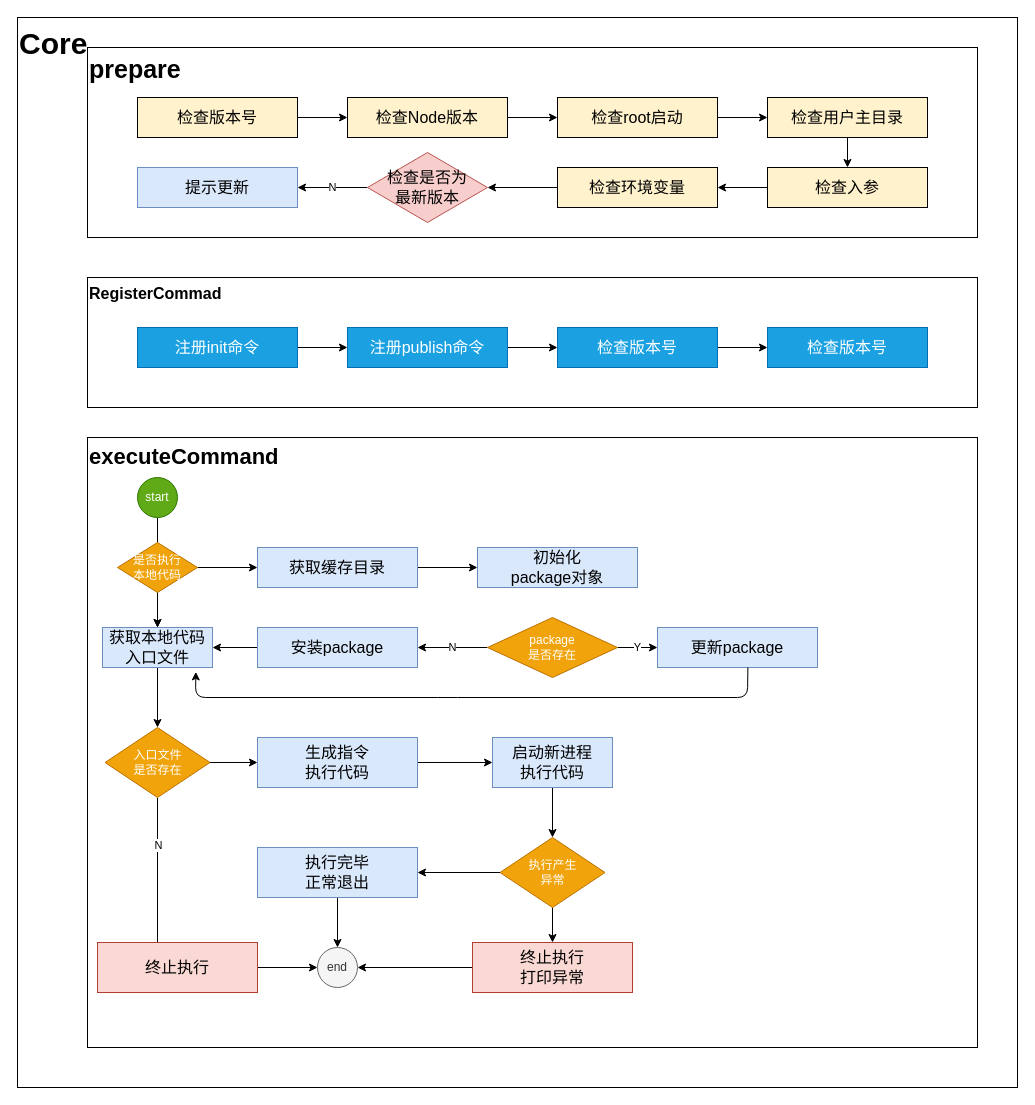
The draw.io diagram doc/diagram/core模块流程图.drawio in AKclown/ak-cli, before the edit. Source tidied: cells renumbered, new cells numbered last; positions are measured from the earlier drawing's top-left corner, leaving out a move shared by most shapes. Both pictures are drawn from the tidied source at 100%, with x=0, y=0 at pixel (17, 17).
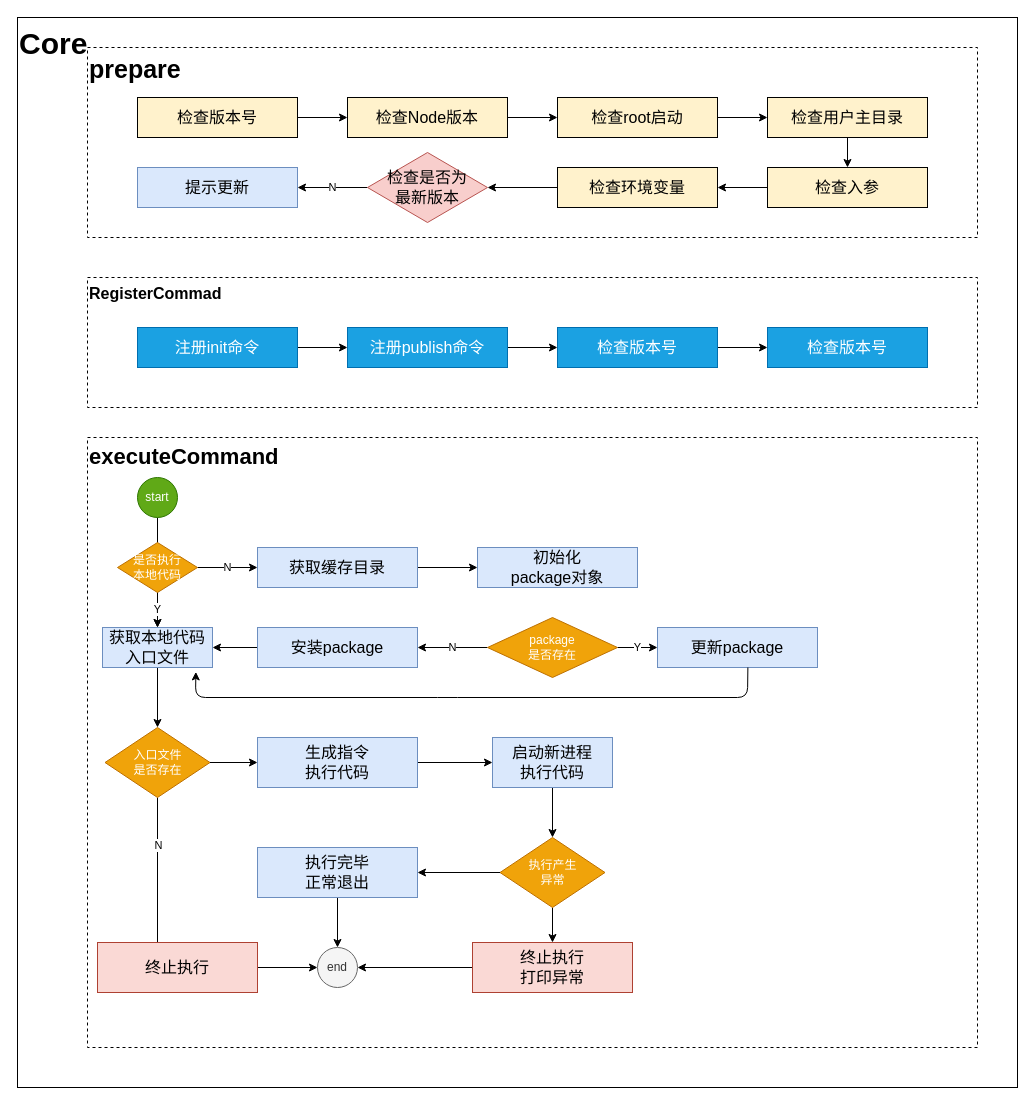
The same page after the edit.

The change refers to these unchanged cells:
```xml
<mxCell id="32" value="是否执行&lt;br&gt;本地代码" style="rhombus;whiteSpace=wrap;html=1;rounded=0;shadow=0;glass=0;sketch=0;strokeColor=#BD7000;align=center;fillColor=#f0a30a;fontColor=#ffffff;" parent="1" vertex="1">
  <mxGeometry x="100" y="525" width="80" height="50" as="geometry" />
</mxCell>
<mxCell id="34" value="&lt;font style=&quot;font-size: 16px&quot;&gt;获取缓存目录&lt;/font&gt;" style="rounded=0;whiteSpace=wrap;html=1;align=center;fillColor=#dae8fc;shadow=0;sketch=0;glass=0;strokeColor=#6c8ebf;" parent="1" vertex="1">
  <mxGeometry x="240" y="530" width="160" height="40" as="geometry" />
</mxCell>
<mxCell id="37" value="&lt;font style=&quot;font-size: 16px&quot;&gt;获取本地代码入口文件&lt;/font&gt;" style="rounded=0;whiteSpace=wrap;html=1;align=center;fillColor=#dae8fc;shadow=0;sketch=0;glass=0;strokeColor=#6c8ebf;" parent="1" vertex="1">
  <mxGeometry x="85" y="610" width="110" height="40" as="geometry" />
</mxCell>
```

Change to the diagram source:
```diff
@@
-    <mxCell id="3" value="&lt;font style=&quot;font-size: 25px&quot;&gt;&lt;b&gt;prepare&lt;/b&gt;&lt;/font&gt;" style="rounded=0;whiteSpace=wrap;html=1;align=left;verticalAlign=top;sketch=0;shadow=0;" parent="1" vertex="1">
+    <mxCell id="3" value="&lt;font style=&quot;font-size: 25px&quot;&gt;&lt;b&gt;prepare&lt;/b&gt;&lt;/font&gt;" style="rounded=0;whiteSpace=wrap;html=1;align=left;verticalAlign=top;sketch=0;shadow=0;dashed=1;" parent="1" vertex="1">
       <mxGeometry x="70" y="30" width="890" height="190" as="geometry" />
     </mxCell>
@@
-    <mxCell id="19" value="&lt;font style=&quot;font-size: 16px&quot;&gt;&lt;b&gt;RegisterCommad&lt;/b&gt;&lt;/font&gt;" style="rounded=0;whiteSpace=wrap;html=1;shadow=0;glass=0;sketch=0;strokeColor=#000000;align=left;verticalAlign=top;" parent="1" vertex="1">
+    <mxCell id="19" value="&lt;font style=&quot;font-size: 16px&quot;&gt;&lt;b&gt;RegisterCommad&lt;/b&gt;&lt;/font&gt;" style="rounded=0;whiteSpace=wrap;html=1;shadow=0;glass=0;sketch=0;strokeColor=#000000;align=left;verticalAlign=top;dashed=1;" parent="1" vertex="1">
       <mxGeometry x="70" y="260" width="890" height="130" as="geometry" />
     </mxCell>
@@
-    <mxCell id="27" value="&lt;font style=&quot;font-size: 22px&quot;&gt;&lt;b&gt;executeCommand&lt;/b&gt;&lt;/font&gt;" style="rounded=0;whiteSpace=wrap;html=1;shadow=0;glass=0;sketch=0;strokeColor=#000000;align=left;verticalAlign=top;" parent="1" vertex="1">
+    <mxCell id="27" value="&lt;font style=&quot;font-size: 22px&quot;&gt;&lt;b&gt;executeCommand&lt;/b&gt;&lt;/font&gt;" style="rounded=0;whiteSpace=wrap;html=1;shadow=0;glass=0;sketch=0;strokeColor=#000000;align=left;verticalAlign=top;dashed=1;" parent="1" vertex="1">
       <mxGeometry x="70" y="420" width="890" height="610" as="geometry" />
     </mxCell>
@@
-    <mxCell id="30" style="edgeStyle=orthogonalEdgeStyle;rounded=0;jettySize=auto;html=1;" parent="1" edge="1" source="32" target="34">
+    <mxCell id="30" value="N" style="edgeStyle=orthogonalEdgeStyle;rounded=0;jettySize=auto;html=1;" parent="1" edge="1" source="32" target="34">
       <mxGeometry relative="1" as="geometry" />
     </mxCell>
-    <mxCell id="31" style="edgeStyle=orthogonalEdgeStyle;rounded=0;jettySize=auto;html=1;" parent="1" edge="1" source="32" target="37">
+    <mxCell id="31" value="Y" style="edgeStyle=orthogonalEdgeStyle;rounded=0;jettySize=auto;html=1;" parent="1" edge="1" source="32" target="37">
       <mxGeometry relative="1" as="geometry" />
     </mxCell>
```
